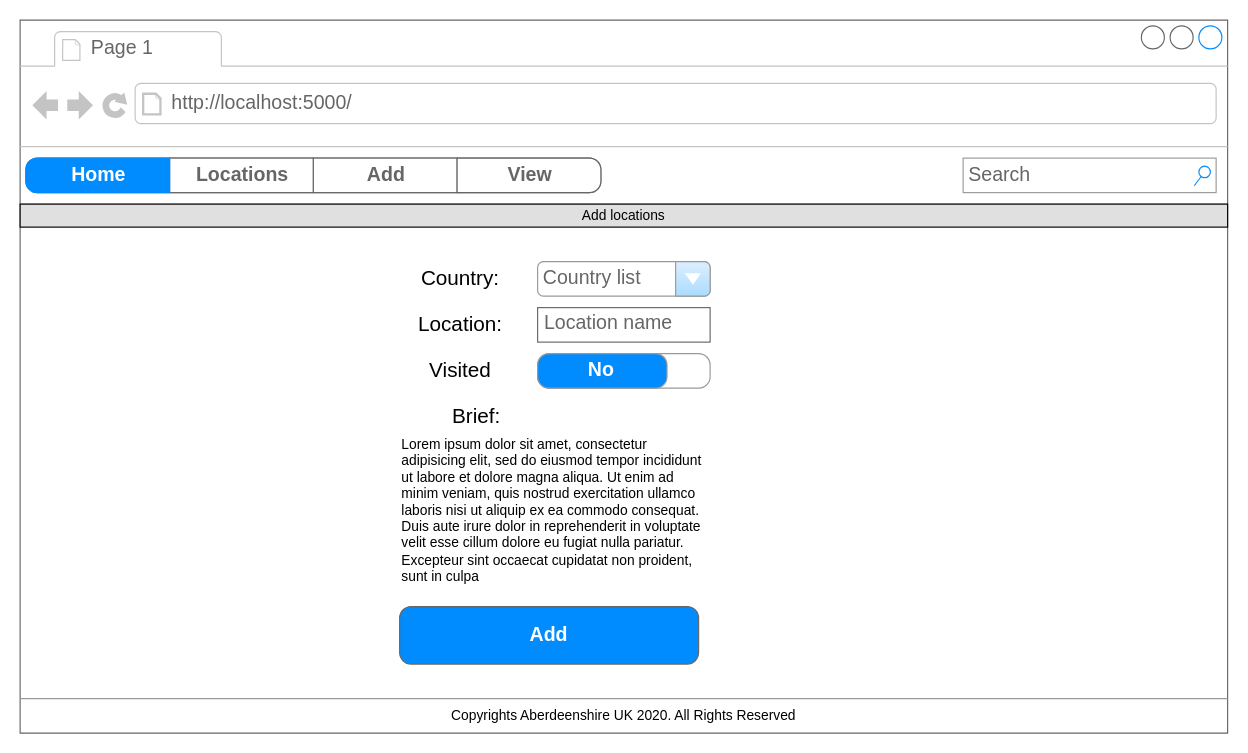
Earlier version of the draw.io diagram page "Add location" (4 of 9) of UX_design/Wireframe.drawio (Michalju/PhotoApp). Source tidied: cells renumbered, new cells numbered last; positions are measured from the earlier drawing's top-left corner, leaving out a move shared by most shapes. Both pictures are drawn from the tidied source at 115%, with x=0, y=0 at pixel (20, 20).
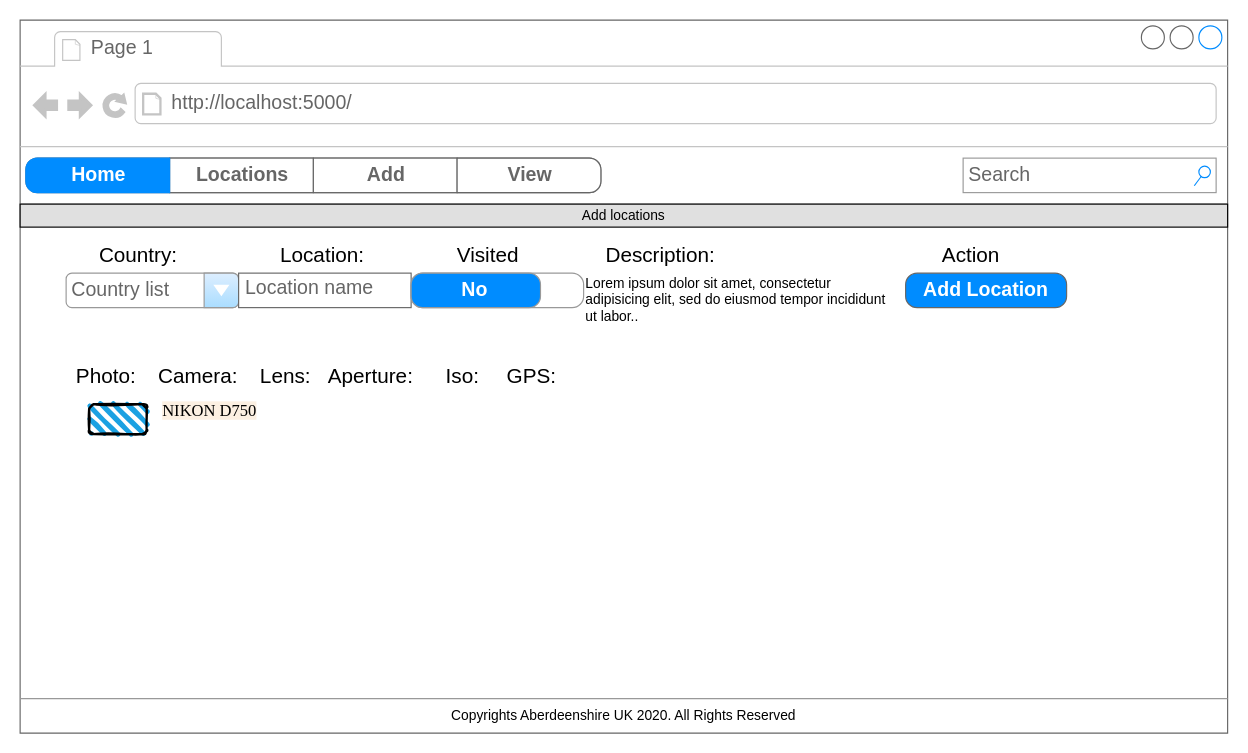
After the change.

Unchanged cells that the change refers to:
```xml
<mxCell id="2" style="strokeWidth=1;shadow=0;dashed=0;align=center;html=1;shape=mxgraph.mockup.containers.browserWindow;rSize=0;strokeColor=#666666;mainText=,;rounded=0;labelBackgroundColor=none;fontFamily=Verdana;fontSize=12;" parent="1" vertex="1">
  <mxGeometry width="1050" height="620" as="geometry" />
</mxCell>
```

The edit, as a diff of the source:
```diff
@@
     <mxCell id="9" value="Country list" style="strokeWidth=1;shadow=0;dashed=0;align=center;html=1;shape=mxgraph.mockup.forms.comboBox;strokeColor=#999999;fillColor=#ddeeff;align=left;fillColor2=#aaddff;mainText=;fontColor=#666666;fontSize=17;spacingLeft=3;" parent="2" vertex="1">
-      <mxGeometry x="450" y="210" width="150" height="30" as="geometry" />
+      <mxGeometry x="40" y="220" width="150" height="30" as="geometry" />
     </mxCell>
     <mxCell id="10" value="Location name" style="strokeWidth=1;shadow=0;dashed=0;align=center;html=1;shape=mxgraph.mockup.text.textBox;fontColor=#666666;align=left;fontSize=17;spacingLeft=4;spacingTop=-3;strokeColor=#666666;mainText=;fillColor=#FFFFFF;" parent="2" vertex="1">
-      <mxGeometry x="450" y="250" width="150" height="30" as="geometry" />
+      <mxGeometry x="190" y="220" width="150" height="30" as="geometry" />
     </mxCell>
-    <mxCell id="11" value="Add" style="strokeWidth=1;shadow=0;dashed=0;align=center;html=1;shape=mxgraph.mockup.buttons.button;strokeColor=#666666;fontColor=#ffffff;mainText=;buttonStyle=round;fontSize=17;fontStyle=1;fillColor=#008cff;whiteSpace=wrap;" parent="2" vertex="1">
-      <mxGeometry x="330" y="510" width="260" height="50" as="geometry" />
+    <mxCell id="11" value="Add Location" style="strokeWidth=1;shadow=0;dashed=0;align=center;html=1;shape=mxgraph.mockup.buttons.button;strokeColor=#666666;fontColor=#ffffff;mainText=;buttonStyle=round;fontSize=17;fontStyle=1;fillColor=#008cff;whiteSpace=wrap;" parent="2" vertex="1">
+      <mxGeometry x="770" y="220" width="140" height="30" as="geometry" />
     </mxCell>
     <mxCell id="12" value="&lt;font style=&quot;font-size: 18px&quot;&gt;Country:&lt;/font&gt;" style="text;html=1;strokeColor=none;fillColor=none;align=center;verticalAlign=middle;whiteSpace=wrap;rounded=0;" parent="2" vertex="1">
-      <mxGeometry x="316" y="210" width="134" height="30" as="geometry" />
+      <mxGeometry x="36" y="190" width="134" height="30" as="geometry" />
     </mxCell>
     <mxCell id="13" value="&lt;font style=&quot;font-size: 18px&quot;&gt;Location:&lt;/font&gt;" style="text;html=1;strokeColor=none;fillColor=none;align=center;verticalAlign=middle;whiteSpace=wrap;rounded=0;" parent="2" vertex="1">
-      <mxGeometry x="316" y="250" width="134" height="30" as="geometry" />
+      <mxGeometry x="196" y="190" width="134" height="30" as="geometry" />
     </mxCell>
-    <mxCell id="14" value="Lorem ipsum dolor sit amet, consectetur adipisicing elit, sed do eiusmod tempor incididunt ut labore et dolore magna aliqua. Ut enim ad minim veniam, quis nostrud exercitation ullamco laboris nisi ut aliquip ex ea commodo consequat. Duis aute irure dolor in reprehenderit in voluptate velit esse cillum dolore eu fugiat nulla pariatur. Excepteur sint occaecat cupidatat non proident, sunt in culpa&amp;nbsp;" style="text;spacingTop=-5;whiteSpace=wrap;html=1;align=left;fontSize=12;fontFamily=Helvetica;fillColor=none;strokeColor=none;" parent="2" vertex="1">
-      <mxGeometry x="330" y="360" width="270" height="130" as="geometry" />
+    <mxCell id="14" value="Lorem ipsum dolor sit amet, consectetur adipisicing elit, sed do eiusmod tempor incididunt ut labor.." style="text;spacingTop=-5;whiteSpace=wrap;html=1;align=left;fontSize=12;fontFamily=Helvetica;fillColor=none;strokeColor=none;" parent="2" vertex="1">
+      <mxGeometry x="490" y="220" width="270" height="50" as="geometry" />
     </mxCell>
-    <mxCell id="15" value="&lt;font style=&quot;font-size: 18px&quot;&gt;Brief:&lt;/font&gt;" style="text;html=1;strokeColor=none;fillColor=none;align=center;verticalAlign=middle;whiteSpace=wrap;rounded=0;" parent="2" vertex="1">
-      <mxGeometry x="330" y="330" width="134" height="30" as="geometry" />
+    <mxCell id="15" value="&lt;font style=&quot;font-size: 18px&quot;&gt;Description:&lt;/font&gt;" style="text;html=1;strokeColor=none;fillColor=none;align=center;verticalAlign=middle;whiteSpace=wrap;rounded=0;" parent="2" vertex="1">
+      <mxGeometry x="490" y="190" width="134" height="30" as="geometry" />
     </mxCell>
     <mxCell id="16" value="No" style="strokeWidth=1;shadow=0;dashed=0;align=center;html=1;shape=mxgraph.mockup.buttons.onOffButton;gradientColor=none;strokeColor=#999999;buttonState=on;fillColor2=#008cff;fontColor=#ffffff;fontSize=17;mainText=;spacingRight=40;fontStyle=1;" parent="2" vertex="1">
-      <mxGeometry x="450" y="290" width="150" height="30" as="geometry" />
+      <mxGeometry x="340" y="220" width="150" height="30" as="geometry" />
     </mxCell>
     <mxCell id="17" value="&lt;font style=&quot;font-size: 18px&quot;&gt;Visited&lt;/font&gt;" style="text;html=1;strokeColor=none;fillColor=none;align=center;verticalAlign=middle;whiteSpace=wrap;rounded=0;" parent="2" vertex="1">
-      <mxGeometry x="316" y="290" width="134" height="30" as="geometry" />
+      <mxGeometry x="340" y="190" width="134" height="30" as="geometry" />
     </mxCell>
@@
+    <mxCell id="24" value="&lt;font style=&quot;font-size: 18px&quot;&gt;Action&lt;/font&gt;" style="text;html=1;strokeColor=none;fillColor=none;align=center;verticalAlign=middle;whiteSpace=wrap;rounded=0;" parent="2" vertex="1">
+      <mxGeometry x="760" y="190" width="134" height="30" as="geometry" />
+    </mxCell>
+    <mxCell id="25" value="&lt;font style=&quot;font-size: 18px&quot;&gt;Aperture:&lt;/font&gt;" style="text;html=1;strokeColor=none;fillColor=none;align=center;verticalAlign=middle;whiteSpace=wrap;rounded=0;" parent="2" vertex="1">
+      <mxGeometry x="270" y="295" width="70" height="30" as="geometry" />
+    </mxCell>
+    <mxCell id="26" value="&lt;font style=&quot;font-size: 18px&quot;&gt;Lens:&lt;/font&gt;" style="text;html=1;strokeColor=none;fillColor=none;align=center;verticalAlign=middle;whiteSpace=wrap;rounded=0;" parent="2" vertex="1">
+      <mxGeometry x="196" y="295" width="70" height="30" as="geometry" />
+    </mxCell>
+    <mxCell id="27" value="&lt;font style=&quot;font-size: 18px&quot;&gt;Camera:&lt;/font&gt;" style="text;html=1;strokeColor=none;fillColor=none;align=center;verticalAlign=middle;whiteSpace=wrap;rounded=0;" parent="2" vertex="1">
+      <mxGeometry x="120" y="295" width="70" height="30" as="geometry" />
+    </mxCell>
+    <mxCell id="28" value="&lt;font style=&quot;font-size: 18px&quot;&gt;Iso:&lt;/font&gt;" style="text;html=1;strokeColor=none;fillColor=none;align=center;verticalAlign=middle;whiteSpace=wrap;rounded=0;" parent="2" vertex="1">
+      <mxGeometry x="350" y="295" width="70" height="30" as="geometry" />
+    </mxCell>
+    <mxCell id="29" style="rounded=1;whiteSpace=wrap;html=1;strokeWidth=2;fillWeight=4;hachureGap=8;hachureAngle=45;fillColor=#1ba1e2;sketch=1;" parent="2" vertex="1">
+      <mxGeometry x="60" y="334" width="50" height="26" as="geometry" />
+    </mxCell>
+    <mxCell id="30" value="&lt;span style=&quot;font-family: &amp;#34;times new roman&amp;#34; ; font-size: 14.4px ; background-color: rgb(252 , 240 , 226)&quot;&gt;NIKON D750&lt;/span&gt;" style="text;html=1;strokeColor=none;fillColor=none;align=center;verticalAlign=middle;whiteSpace=wrap;rounded=0;" parent="2" vertex="1">
+      <mxGeometry x="120" y="325" width="90" height="30" as="geometry" />
+    </mxCell>
+    <mxCell id="31" value="&lt;font style=&quot;font-size: 18px&quot;&gt;Photo:&lt;/font&gt;" style="text;html=1;strokeColor=none;fillColor=none;align=center;verticalAlign=middle;whiteSpace=wrap;rounded=0;" parent="1" vertex="1">
+      <mxGeometry x="40" y="295" width="70" height="30" as="geometry" />
+    </mxCell>
+    <mxCell id="32" value="&lt;font style=&quot;font-size: 18px&quot;&gt;GPS:&lt;/font&gt;" style="text;html=1;strokeColor=none;fillColor=none;align=center;verticalAlign=middle;whiteSpace=wrap;rounded=0;" parent="1" vertex="1">
+      <mxGeometry x="410" y="295" width="70" height="30" as="geometry" />
+    </mxCell>
```
